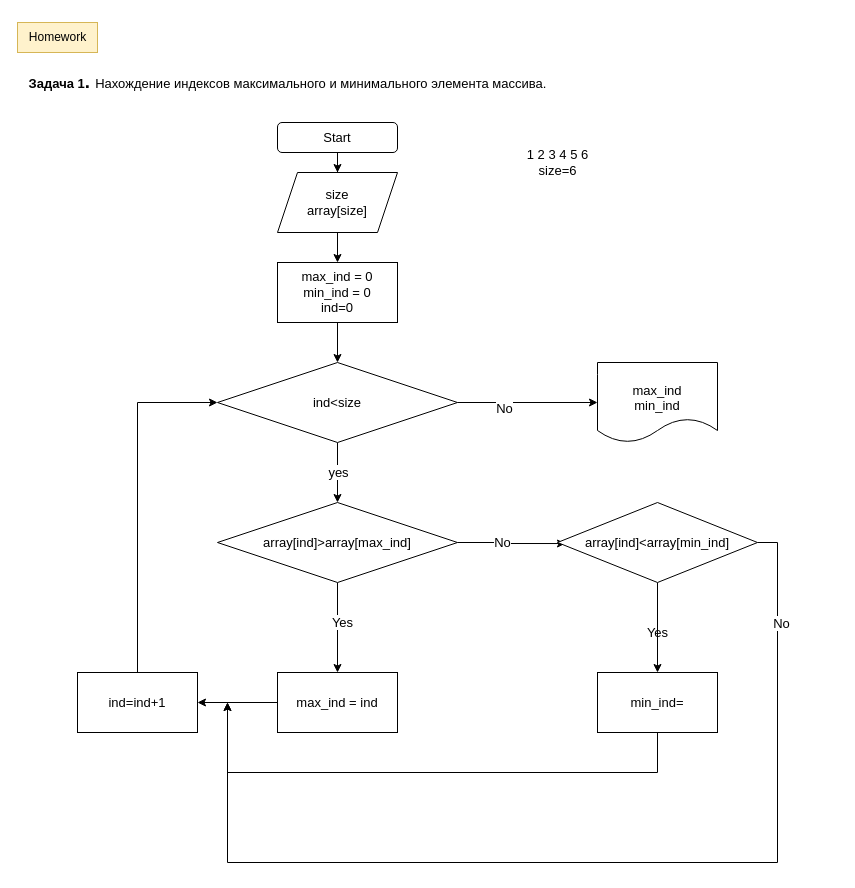
Before: page "HW.Task1" (9 of 12) of Homework6/9/22.drawio in margobiyun/python, a draw.io diagram. Source tidied: cells renumbered, new cells numbered last; positions are measured from the earlier drawing's top-left corner, leaving out a move shared by most shapes. Both pictures are drawn from the tidied source at 100%, with x=0, y=0 at pixel (17, 22).
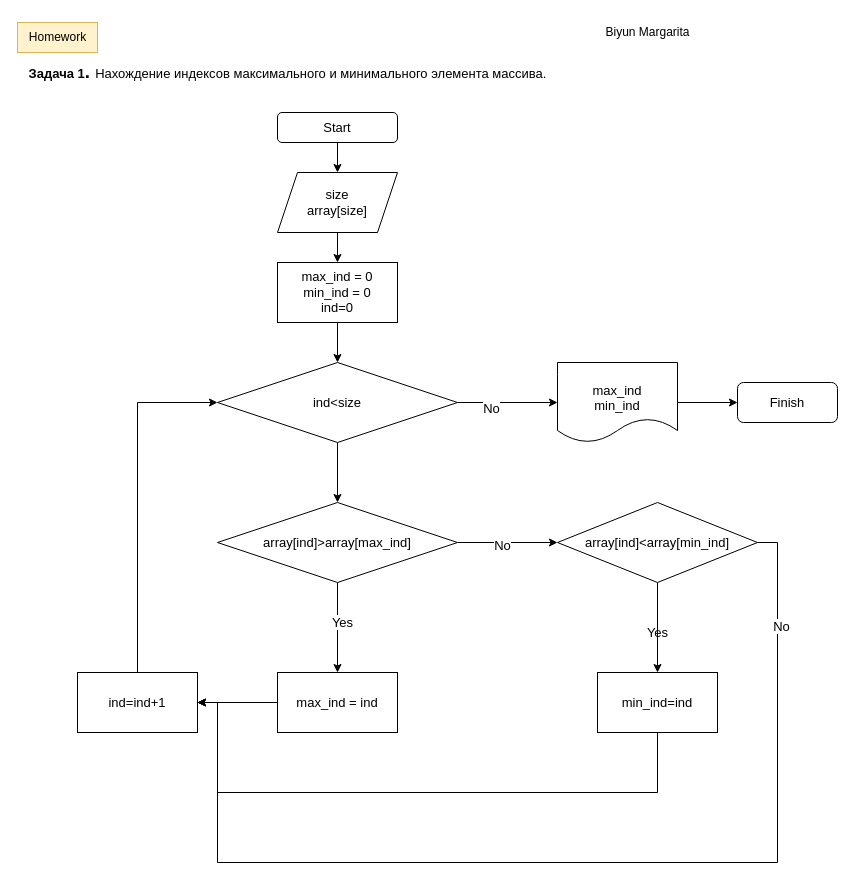
Above is the later version.

Unchanged cells that the change refers to:
```xml
<mxCell id="7" value="size&lt;br&gt;array[size]" style="shape=parallelogram;perimeter=parallelogramPerimeter;whiteSpace=wrap;html=1;fixedSize=1;fontSize=13;" parent="1" vertex="1">
  <mxGeometry x="260" y="150" width="120" height="60" as="geometry" />
</mxCell>
<mxCell id="10" style="edgeStyle=orthogonalEdgeStyle;rounded=0;jettySize=auto;html=1;fontSize=13;" parent="1" edge="1" source="14" target="19">
  <mxGeometry relative="1" as="geometry" />
</mxCell>
<mxCell id="19" value="array[ind]&amp;gt;array[max_ind]" style="rhombus;whiteSpace=wrap;html=1;fontSize=13;" parent="1" vertex="1">
  <mxGeometry x="200" y="480" width="240" height="80" as="geometry" />
</mxCell>
<mxCell id="23" value="ind=ind+1" style="whiteSpace=wrap;html=1;fontSize=13;" parent="1" vertex="1">
  <mxGeometry x="60" y="650" width="120" height="60" as="geometry" />
</mxCell>
<mxCell id="28" value="array[ind]&amp;lt;array[min_ind]" style="rhombus;whiteSpace=wrap;html=1;fontSize=13;" parent="1" vertex="1">
  <mxGeometry x="540" y="480" width="200" height="80" as="geometry" />
</mxCell>
```

The edit, as a diff of the source:
```diff
@@
     <mxCell id="3" value="&lt;div style=&quot;text-align: start;&quot; title=&quot;Page 1&quot; class=&quot;page&quot;&gt;&lt;div class=&quot;layoutArea&quot;&gt;&lt;div class=&quot;column&quot;&gt;&lt;p&gt;&lt;span style=&quot;font-family: Arial; font-weight: 700;&quot;&gt;&lt;font style=&quot;font-size: 13px;&quot;&gt;Задача 1&lt;/font&gt;&lt;/span&gt;&lt;span style=&quot;font-size: 14pt; font-family: Arial; font-weight: 700;&quot;&gt;. &lt;/span&gt;&lt;span style=&quot;font-family: ArialMT; font-size: 13px;&quot;&gt;Нахождение индексов максимального и минимального элемента массива.&lt;/span&gt;&lt;/p&gt;&lt;/div&gt;&lt;/div&gt;&lt;/div&gt;" style="text;html=1;align=center;verticalAlign=middle;strokeColor=none;fillColor=none;fontSize=12;" parent="1" vertex="1">
-      <mxGeometry y="30" width="540" height="60" as="geometry" />
+      <mxGeometry y="20" width="540" height="60" as="geometry" />
     </mxCell>
-    <mxCell id="4" style="edgeStyle=orthogonalEdgeStyle;rounded=0;jettySize=auto;html=1;fontSize=13;" parent="1" edge="1" source="5" target="7">
-      <mxGeometry relative="1" as="geometry" />
-    </mxCell>
-    <mxCell id="5" value="Start" style="rounded=1;whiteSpace=wrap;html=1;fontSize=13;" parent="1" vertex="1">
-      <mxGeometry x="260" y="100" width="120" height="30" as="geometry" />
-    </mxCell>
@@
-    <mxCell id="11" value="yes" style="edgeLabel;html=1;align=center;verticalAlign=middle;fontSize=13;" parent="10" vertex="1">
-      <mxGeometry x="-0.05" relative="1" as="geometry" />
-    </mxCell>
@@
+    <mxCell id="17" style="edgeStyle=orthogonalEdgeStyle;rounded=0;jettySize=auto;html=1;fontSize=13;exitX=1;exitY=0.5;exitDx=0;exitDy=0;" parent="1" edge="1" source="19" target="28">
+      <mxGeometry relative="1" as="geometry" />
+    </mxCell>
+    <mxCell id="18" value="No" style="edgeLabel;html=1;align=center;verticalAlign=middle;fontSize=13;" parent="17" vertex="1">
+      <mxGeometry x="-0.12" y="-2" relative="1" as="geometry" />
+    </mxCell>
@@
-    <mxCell id="17" style="edgeStyle=orthogonalEdgeStyle;rounded=0;jettySize=auto;html=1;fontSize=13;entryX=0.04;entryY=0.513;entryDx=0;entryDy=0;entryPerimeter=0;" parent="1" edge="1" source="19" target="28">
-      <mxGeometry relative="1" as="geometry" />
-    </mxCell>
-    <mxCell id="18" value="No" style="edgeLabel;html=1;align=center;verticalAlign=middle;fontSize=13;" parent="17" vertex="1">
-      <mxGeometry x="-0.19" y="1" relative="1" as="geometry" />
-    </mxCell>
@@
-    <mxCell id="24" value="1 2 3 4 5 6&lt;br&gt;size=6" style="text;html=1;align=center;verticalAlign=middle;strokeColor=none;fillColor=none;fontSize=13;" parent="1" vertex="1">
-      <mxGeometry x="500" y="120" width="80" height="40" as="geometry" />
-    </mxCell>
@@
-    <mxCell id="26" style="edgeStyle=orthogonalEdgeStyle;rounded=0;jettySize=auto;html=1;fontSize=13;" parent="1" edge="1" source="28">
+    <mxCell id="26" style="edgeStyle=orthogonalEdgeStyle;rounded=0;jettySize=auto;html=1;fontSize=13;entryX=1;entryY=0.5;entryDx=0;entryDy=0;" parent="1" edge="1" source="28" target="23">
       <mxGeometry relative="1" as="geometry">
-        <mxPoint x="210" y="680" as="targetPoint" />
         <Array as="points">
           <mxPoint x="760" y="520" />
           <mxPoint x="760" y="840" />
-          <mxPoint x="210" y="840" />
+          <mxPoint x="200" y="840" />
+          <mxPoint x="200" y="680" />
         </Array>
       </mxGeometry>
     </mxCell>
@@
-    <mxCell id="29" style="edgeStyle=orthogonalEdgeStyle;rounded=0;jettySize=auto;html=1;fontSize=13;" parent="1" edge="1" source="30">
-      <mxGeometry relative="1" as="geometry">
-        <mxPoint x="210" y="680" as="targetPoint" />
-        <Array as="points">
-          <mxPoint x="640" y="750" />
-          <mxPoint x="210" y="750" />
-          <mxPoint x="210" y="680" />
-        </Array>
-      </mxGeometry>
-    </mxCell>
+    <mxCell id="33" style="edgeStyle=orthogonalEdgeStyle;rounded=0;jettySize=auto;html=1;fontSize=13;entryX=1;entryY=0.5;entryDx=0;entryDy=0;" parent="1" edge="1" source="30" target="23">
+      <mxGeometry relative="1" as="geometry">
+        <Array as="points">
+          <mxPoint x="640" y="770" />
+          <mxPoint x="200" y="770" />
+          <mxPoint x="200" y="680" />
+        </Array>
+      </mxGeometry>
+    </mxCell>
-    <mxCell id="30" value="min_ind=" style="whiteSpace=wrap;html=1;fontSize=13;" parent="1" vertex="1">
+    <mxCell id="30" value="min_ind=ind" style="whiteSpace=wrap;html=1;fontSize=13;" parent="1" vertex="1">
       <mxGeometry x="580" y="650" width="120" height="60" as="geometry" />
     </mxCell>
@@
+    <mxCell id="34" style="edgeStyle=orthogonalEdgeStyle;rounded=0;jettySize=auto;html=1;" parent="1" edge="1" source="32" target="35">
+      <mxGeometry relative="1" as="geometry" />
+    </mxCell>
     <mxCell id="32" value="&lt;br&gt;max_ind&lt;br&gt;min_ind" style="shape=document;whiteSpace=wrap;html=1;boundedLbl=1;fontSize=13;" parent="1" vertex="1">
-      <mxGeometry x="580" y="340" width="120" height="80" as="geometry" />
+      <mxGeometry x="540" y="340" width="120" height="80" as="geometry" />
     </mxCell>
+    <mxCell id="4" style="edgeStyle=orthogonalEdgeStyle;rounded=0;jettySize=auto;html=1;fontSize=13;" parent="1" edge="1" source="5" target="7">
+      <mxGeometry relative="1" as="geometry" />
+    </mxCell>
+    <mxCell id="5" value="Start" style="rounded=1;whiteSpace=wrap;html=1;fontSize=13;" parent="1" vertex="1">
+      <mxGeometry x="260" y="90" width="120" height="30" as="geometry" />
+    </mxCell>
+    <mxCell id="35" value="Finish" style="rounded=1;whiteSpace=wrap;html=1;fontSize=13;" parent="1" vertex="1">
+      <mxGeometry x="720" y="360" width="100" height="40" as="geometry" />
+    </mxCell>
+    <mxCell id="36" value="Biyun Margarita" style="text;html=1;align=center;verticalAlign=middle;strokeColor=none;fillColor=none;" parent="1" vertex="1">
+      <mxGeometry x="575" y="-5" width="110" height="30" as="geometry" />
+    </mxCell>
```
